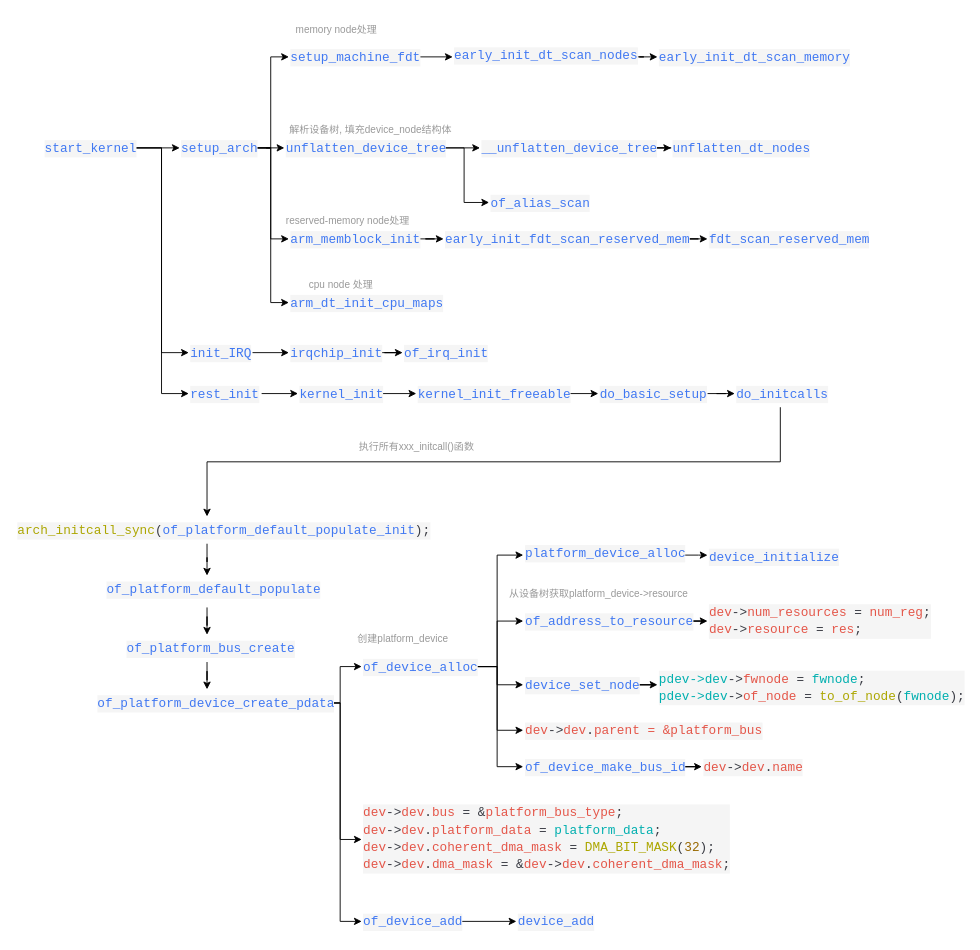
Before: kernel/device_tree.drawio in YC-Xiang/draw.io, a draw.io diagram. Source tidied: cells renumbered, new cells numbered last; positions are measured from the earlier drawing's top-left corner, leaving out a move shared by most shapes. Both pictures are drawn from the tidied source at 91%, with x=0, y=0 at pixel (15, 15).
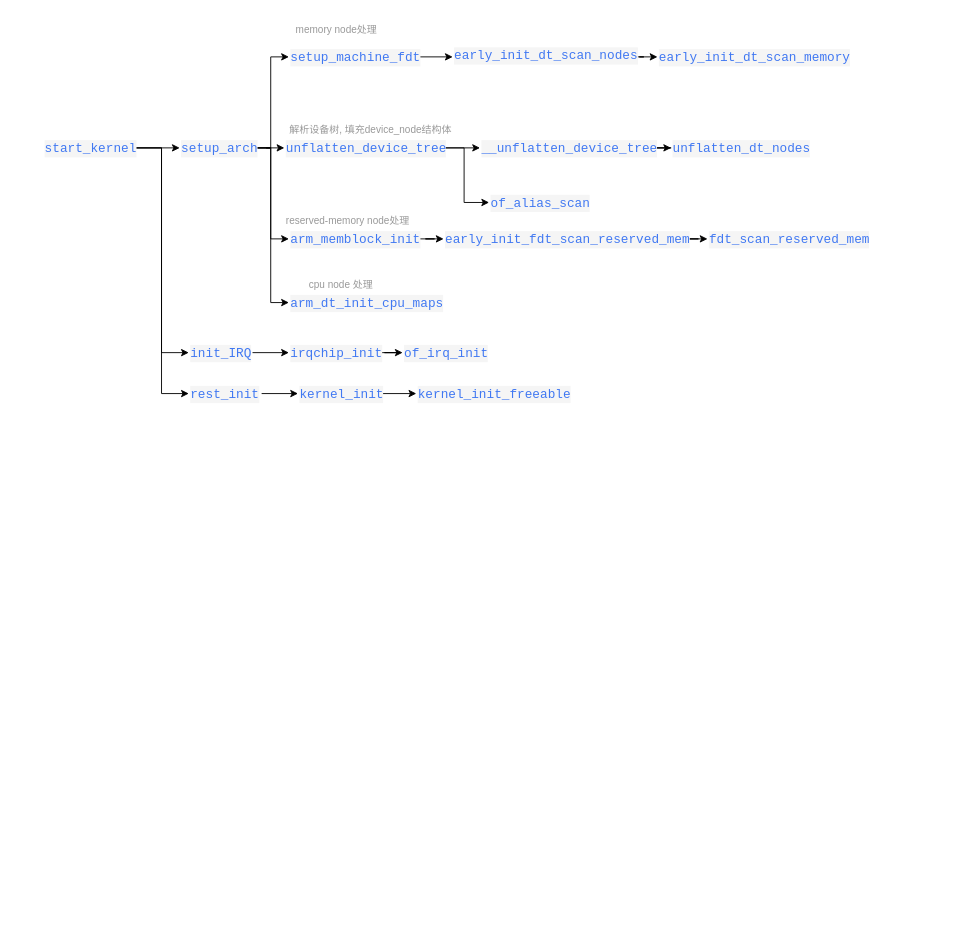
The same diagram, later.

Unchanged cells that the change refers to:
```xml
<mxCell id="25" value="&lt;div style=&quot;color: #383a42;background-color: #f5f5f5;font-family: Consolas, 'Courier New', monospace;font-weight: normal;font-size: 14px;line-height: 19px;white-space: pre;&quot;&gt;&lt;div&gt;&lt;span style=&quot;color: #4078f2;&quot;&gt;kernel_init_freeable&lt;/span&gt;&lt;/div&gt;&lt;/div&gt;" style="text;whiteSpace=wrap;html=1;" parent="1" vertex="1">
  <mxGeometry x="440" y="400" width="160" height="30" as="geometry" />
</mxCell>
```

Change to the diagram source:
```diff
@@
-    <mxCell id="24" style="edgeStyle=orthogonalEdgeStyle;rounded=0;jettySize=auto;html=1;" parent="1" edge="1" source="25" target="27">
-      <mxGeometry relative="1" as="geometry" />
-    </mxCell>
@@
-    <mxCell id="26" style="edgeStyle=orthogonalEdgeStyle;rounded=0;jettySize=auto;html=1;" parent="1" edge="1" source="27" target="29">
-      <mxGeometry relative="1" as="geometry" />
-    </mxCell>
-    <mxCell id="27" value="&lt;div style=&quot;color: #383a42;background-color: #f5f5f5;font-family: Consolas, 'Courier New', monospace;font-weight: normal;font-size: 14px;line-height: 19px;white-space: pre;&quot;&gt;&lt;div&gt;&lt;span style=&quot;color: #4078f2;&quot;&gt;do_basic_setup&lt;/span&gt;&lt;/div&gt;&lt;/div&gt;" style="text;whiteSpace=wrap;html=1;" parent="1" vertex="1">
-      <mxGeometry x="640" y="400" width="120" height="30" as="geometry" />
-    </mxCell>
-    <mxCell id="28" style="edgeStyle=orthogonalEdgeStyle;rounded=0;jettySize=auto;html=1;exitX=0.5;exitY=1;exitDx=0;exitDy=0;entryX=0.5;entryY=0;entryDx=0;entryDy=0;" parent="1" edge="1" source="29" target="31">
-      <mxGeometry relative="1" as="geometry" />
-    </mxCell>
-    <mxCell id="29" value="&lt;div style=&quot;color: #383a42;background-color: #f5f5f5;font-family: Consolas, 'Courier New', monospace;font-weight: normal;font-size: 14px;line-height: 19px;white-space: pre;&quot;&gt;&lt;div&gt;&lt;span style=&quot;color: #4078f2;&quot;&gt;do_initcalls&lt;/span&gt;&lt;/div&gt;&lt;/div&gt;" style="text;whiteSpace=wrap;html=1;" parent="1" vertex="1">
-      <mxGeometry x="790" y="400" width="100" height="30" as="geometry" />
-    </mxCell>
-    <mxCell id="30" style="edgeStyle=orthogonalEdgeStyle;rounded=0;jettySize=auto;html=1;" parent="1" edge="1" source="31" target="34">
-      <mxGeometry relative="1" as="geometry" />
-    </mxCell>
-    <mxCell id="31" value="&lt;div style=&quot;color: rgb(56, 58, 66); background-color: rgb(245, 245, 245); font-family: Consolas, &amp;quot;Courier New&amp;quot;, monospace; font-weight: normal; font-size: 14px; line-height: 19px; white-space: pre;&quot;&gt;&lt;div style=&quot;line-height: 19px;&quot;&gt;&lt;span style=&quot;color: #aca600;&quot;&gt;arch_initcall_sync&lt;/span&gt;(&lt;span style=&quot;color: #4078f2;&quot;&gt;of_platform_default_populate_init&lt;/span&gt;);&lt;/div&gt;&lt;/div&gt;" style="text;whiteSpace=wrap;html=1;" parent="1" vertex="1">
-      <mxGeometry y="550" width="420" height="30" as="geometry" />
-    </mxCell>
-    <mxCell id="32" value="执行所有xxx_initcall()函数" style="text;html=1;align=center;verticalAlign=middle;strokeColor=none;fillColor=none;fontSize=11;fontColor=#999999;" parent="1" vertex="1">
-      <mxGeometry x="365" y="458" width="150" height="30" as="geometry" />
-    </mxCell>
-    <mxCell id="33" style="edgeStyle=orthogonalEdgeStyle;rounded=0;jettySize=auto;html=1;" parent="1" edge="1" source="34" target="36">
-      <mxGeometry relative="1" as="geometry" />
-    </mxCell>
-    <mxCell id="34" value="&lt;div style=&quot;color: #383a42;background-color: #f5f5f5;font-family: Consolas, 'Courier New', monospace;font-weight: normal;font-size: 14px;line-height: 19px;white-space: pre;&quot;&gt;&lt;div&gt;&lt;span style=&quot;color: #4078f2;&quot;&gt;of_platform_default_populate&lt;/span&gt;&lt;/div&gt;&lt;/div&gt;" style="text;whiteSpace=wrap;html=1;" parent="1" vertex="1">
-      <mxGeometry x="97.5" y="615" width="225" height="35" as="geometry" />
-    </mxCell>
-    <mxCell id="35" style="edgeStyle=orthogonalEdgeStyle;rounded=0;jettySize=auto;html=1;" parent="1" edge="1" source="36" target="40">
-      <mxGeometry relative="1" as="geometry" />
-    </mxCell>
-    <mxCell id="36" value="&lt;div style=&quot;color: #383a42;background-color: #f5f5f5;font-family: Consolas, 'Courier New', monospace;font-weight: normal;font-size: 14px;line-height: 19px;white-space: pre;&quot;&gt;&lt;div&gt;&lt;span style=&quot;color: #4078f2;&quot;&gt;of_platform_bus_create&lt;/span&gt;&lt;/div&gt;&lt;/div&gt;" style="text;whiteSpace=wrap;html=1;" parent="1" vertex="1">
-      <mxGeometry x="120" y="680" width="180" height="30" as="geometry" />
-    </mxCell>
-    <mxCell id="37" style="edgeStyle=orthogonalEdgeStyle;rounded=0;jettySize=auto;html=1;exitX=1;exitY=0.5;exitDx=0;exitDy=0;entryX=0;entryY=0.5;entryDx=0;entryDy=0;" parent="1" edge="1" source="40" target="49">
-      <mxGeometry relative="1" as="geometry" />
-    </mxCell>
-    <mxCell id="38" style="edgeStyle=orthogonalEdgeStyle;rounded=0;jettySize=auto;html=1;exitX=1;exitY=0.5;exitDx=0;exitDy=0;entryX=0;entryY=0.5;entryDx=0;entryDy=0;" parent="1" edge="1" source="40" target="42">
-      <mxGeometry relative="1" as="geometry" />
-    </mxCell>
-    <mxCell id="39" style="edgeStyle=orthogonalEdgeStyle;rounded=0;jettySize=auto;html=1;exitX=1;exitY=0.5;exitDx=0;exitDy=0;entryX=0;entryY=0.5;entryDx=0;entryDy=0;" parent="1" edge="1" source="40" target="62">
-      <mxGeometry relative="1" as="geometry" />
-    </mxCell>
-    <mxCell id="40" value="&lt;div style=&quot;color: #383a42;background-color: #f5f5f5;font-family: Consolas, 'Courier New', monospace;font-weight: normal;font-size: 14px;line-height: 19px;white-space: pre;&quot;&gt;&lt;div&gt;&lt;span style=&quot;color: #4078f2;&quot;&gt;of_platform_device_create_pdata&lt;/span&gt;&lt;/div&gt;&lt;/div&gt;" style="text;whiteSpace=wrap;html=1;" parent="1" vertex="1">
-      <mxGeometry x="87.5" y="740" width="245" height="30" as="geometry" />
-    </mxCell>
-    <mxCell id="41" style="edgeStyle=orthogonalEdgeStyle;rounded=0;jettySize=auto;html=1;" parent="1" edge="1" source="42" target="43">
-      <mxGeometry relative="1" as="geometry" />
-    </mxCell>
-    <mxCell id="42" value="&lt;div style=&quot;color: #383a42;background-color: #f5f5f5;font-family: Consolas, 'Courier New', monospace;font-weight: normal;font-size: 14px;line-height: 19px;white-space: pre;&quot;&gt;&lt;div&gt;&lt;span style=&quot;color: #4078f2;&quot;&gt;of_device_add&lt;/span&gt;&lt;/div&gt;&lt;/div&gt;" style="text;whiteSpace=wrap;html=1;" parent="1" vertex="1">
-      <mxGeometry x="380" y="980" width="110" height="30" as="geometry" />
-    </mxCell>
-    <mxCell id="43" value="&lt;div style=&quot;color: #383a42;background-color: #f5f5f5;font-family: Consolas, 'Courier New', monospace;font-weight: normal;font-size: 14px;line-height: 19px;white-space: pre;&quot;&gt;&lt;div&gt;&lt;span style=&quot;color: #4078f2;&quot;&gt;device_add&lt;/span&gt;&lt;/div&gt;&lt;/div&gt;" style="text;whiteSpace=wrap;html=1;" parent="1" vertex="1">
-      <mxGeometry x="550" y="980" width="80" height="30" as="geometry" />
-    </mxCell>
-    <mxCell id="44" style="edgeStyle=orthogonalEdgeStyle;rounded=0;jettySize=auto;html=1;exitX=1;exitY=0.5;exitDx=0;exitDy=0;entryX=0;entryY=0.5;entryDx=0;entryDy=0;" parent="1" edge="1" source="49" target="55">
-      <mxGeometry relative="1" as="geometry" />
-    </mxCell>
-    <mxCell id="45" style="edgeStyle=orthogonalEdgeStyle;rounded=0;jettySize=auto;html=1;exitX=1;exitY=0.5;exitDx=0;exitDy=0;entryX=0;entryY=0.5;entryDx=0;entryDy=0;" parent="1" edge="1" source="49" target="52">
-      <mxGeometry relative="1" as="geometry" />
-    </mxCell>
-    <mxCell id="46" style="edgeStyle=orthogonalEdgeStyle;rounded=0;jettySize=auto;html=1;exitX=1;exitY=0.5;exitDx=0;exitDy=0;entryX=0;entryY=0.5;entryDx=0;entryDy=0;" parent="1" edge="1" source="49" target="58">
-      <mxGeometry relative="1" as="geometry" />
-    </mxCell>
-    <mxCell id="47" style="edgeStyle=orthogonalEdgeStyle;rounded=0;jettySize=auto;html=1;exitX=1;exitY=0.5;exitDx=0;exitDy=0;entryX=0;entryY=0.5;entryDx=0;entryDy=0;" parent="1" edge="1" source="49" target="60">
-      <mxGeometry relative="1" as="geometry" />
-    </mxCell>
-    <mxCell id="48" style="edgeStyle=orthogonalEdgeStyle;rounded=0;jettySize=auto;html=1;exitX=1;exitY=0.5;exitDx=0;exitDy=0;entryX=0;entryY=0.5;entryDx=0;entryDy=0;" parent="1" edge="1" source="49" target="82">
-      <mxGeometry relative="1" as="geometry" />
-    </mxCell>
-    <mxCell id="49" value="&lt;div style=&quot;color: #383a42;background-color: #f5f5f5;font-family: Consolas, 'Courier New', monospace;font-weight: normal;font-size: 14px;line-height: 19px;white-space: pre;&quot;&gt;&lt;div&gt;&lt;span style=&quot;color: #4078f2;&quot;&gt;of_device_alloc&lt;/span&gt;&lt;/div&gt;&lt;/div&gt;" style="text;whiteSpace=wrap;html=1;" parent="1" vertex="1">
-      <mxGeometry x="380" y="700" width="120" height="30" as="geometry" />
-    </mxCell>
-    <mxCell id="50" value="创建platform_device" style="text;html=1;align=center;verticalAlign=middle;strokeColor=none;fillColor=none;fontSize=11;fontColor=#999999;" parent="1" vertex="1">
-      <mxGeometry x="365" y="670" width="120" height="30" as="geometry" />
-    </mxCell>
-    <mxCell id="51" style="edgeStyle=orthogonalEdgeStyle;rounded=0;jettySize=auto;html=1;" parent="1" edge="1" source="52" target="57">
-      <mxGeometry relative="1" as="geometry" />
-    </mxCell>
-    <mxCell id="52" value="&lt;div style=&quot;color: #383a42;background-color: #f5f5f5;font-family: Consolas, 'Courier New', monospace;font-weight: normal;font-size: 14px;line-height: 19px;white-space: pre;&quot;&gt;&lt;div&gt;&lt;span style=&quot;color: #4078f2;&quot;&gt;of_address_to_resource&lt;/span&gt;&lt;/div&gt;&lt;/div&gt;" style="text;whiteSpace=wrap;html=1;" parent="1" vertex="1">
-      <mxGeometry x="557.5" y="650" width="180" height="30" as="geometry" />
-    </mxCell>
-    <mxCell id="53" value="从设备树获取platform_device-&amp;gt;resource" style="text;html=1;align=center;verticalAlign=middle;strokeColor=none;fillColor=none;fontSize=11;fontColor=#999999;" parent="1" vertex="1">
-      <mxGeometry x="530" y="620" width="220" height="30" as="geometry" />
-    </mxCell>
-    <mxCell id="54" style="edgeStyle=orthogonalEdgeStyle;rounded=0;jettySize=auto;html=1;" parent="1" edge="1" source="55" target="56">
-      <mxGeometry relative="1" as="geometry" />
-    </mxCell>
-    <mxCell id="55" value="&lt;div style=&quot;color: #383a42;background-color: #f5f5f5;font-family: Consolas, 'Courier New', monospace;font-weight: normal;font-size: 14px;line-height: 19px;white-space: pre;&quot;&gt;&lt;div&gt;&lt;span style=&quot;color: #4078f2;&quot;&gt;device_set_node&lt;/span&gt;&lt;/div&gt;&lt;/div&gt;" style="text;whiteSpace=wrap;html=1;" parent="1" vertex="1">
-      <mxGeometry x="557.5" y="720" width="125" height="30" as="geometry" />
-    </mxCell>
-    <mxCell id="56" value="&lt;div style=&quot;color: rgb(56, 58, 66); background-color: rgb(245, 245, 245); font-family: Consolas, &amp;quot;Courier New&amp;quot;, monospace; font-weight: normal; font-size: 14px; line-height: 19px; white-space: pre;&quot;&gt;&lt;div&gt;&lt;span style=&quot;color: rgb(0, 175, 175);&quot;&gt;pdev-&amp;gt;dev&lt;/span&gt;&lt;span style=&quot;color: rgb(56, 58, 66);&quot;&gt;-&amp;gt;&lt;/span&gt;&lt;span style=&quot;color: rgb(228, 86, 73);&quot;&gt;fwnode&lt;/span&gt;&lt;span style=&quot;color: rgb(56, 58, 66);&quot;&gt; &lt;/span&gt;&lt;span style=&quot;color: rgb(56, 58, 66);&quot;&gt;=&lt;/span&gt;&lt;span style=&quot;color: rgb(56, 58, 66);&quot;&gt; &lt;/span&gt;&lt;span style=&quot;color: rgb(0, 175, 175);&quot;&gt;fwnode&lt;/span&gt;&lt;span style=&quot;color: rgb(56, 58, 66);&quot;&gt;;&lt;/span&gt;&lt;/div&gt;&lt;div&gt;&lt;span style=&quot;color: rgb(0, 175, 175);&quot;&gt;pdev-&amp;gt;dev&lt;/span&gt;&lt;span style=&quot;color: rgb(56, 58, 66);&quot;&gt;-&amp;gt;&lt;/span&gt;&lt;span style=&quot;color: rgb(228, 86, 73);&quot;&gt;of_node&lt;/span&gt;&lt;span style=&quot;color: rgb(56, 58, 66);&quot;&gt; &lt;/span&gt;&lt;span style=&quot;color: rgb(56, 58, 66);&quot;&gt;=&lt;/span&gt;&lt;span style=&quot;color: rgb(56, 58, 66);&quot;&gt; &lt;/span&gt;&lt;span style=&quot;color: rgb(172, 166, 0);&quot;&gt;to_of_node&lt;/span&gt;&lt;span style=&quot;color: rgb(56, 58, 66);&quot;&gt;(&lt;/span&gt;&lt;span style=&quot;color: rgb(0, 175, 175);&quot;&gt;fwnode&lt;/span&gt;&lt;span style=&quot;color: rgb(56, 58, 66);&quot;&gt;);&lt;/span&gt;&lt;/div&gt;&lt;/div&gt;" style="text;whiteSpace=wrap;html=1;" parent="1" vertex="1">
-      <mxGeometry x="705" y="712.5" width="315" height="45" as="geometry" />
-    </mxCell>
-    <mxCell id="57" value="&lt;div style=&quot;color: rgb(56, 58, 66); background-color: rgb(245, 245, 245); font-family: Consolas, &amp;quot;Courier New&amp;quot;, monospace; font-weight: normal; font-size: 14px; line-height: 19px; white-space: pre;&quot;&gt;&lt;div&gt;&lt;span style=&quot;color: rgb(228, 86, 73);&quot;&gt;dev&lt;/span&gt;&lt;span style=&quot;color: rgb(56, 58, 66);&quot;&gt;-&amp;gt;&lt;/span&gt;&lt;span style=&quot;color: rgb(228, 86, 73);&quot;&gt;num_resources&lt;/span&gt;&lt;span style=&quot;color: rgb(56, 58, 66);&quot;&gt; &lt;/span&gt;&lt;span style=&quot;color: rgb(56, 58, 66);&quot;&gt;=&lt;/span&gt;&lt;span style=&quot;color: rgb(56, 58, 66);&quot;&gt; &lt;/span&gt;&lt;span style=&quot;color: rgb(228, 86, 73);&quot;&gt;num_reg&lt;/span&gt;&lt;span style=&quot;color: rgb(56, 58, 66);&quot;&gt;;&lt;/span&gt;&lt;/div&gt;&lt;div&gt;&lt;span style=&quot;color: rgb(228, 86, 73);&quot;&gt;dev&lt;/span&gt;&lt;span style=&quot;color: rgb(56, 58, 66);&quot;&gt;-&amp;gt;&lt;/span&gt;&lt;span style=&quot;color: rgb(228, 86, 73);&quot;&gt;resource&lt;/span&gt;&lt;span style=&quot;color: rgb(56, 58, 66);&quot;&gt; &lt;/span&gt;&lt;span style=&quot;color: rgb(56, 58, 66);&quot;&gt;=&lt;/span&gt;&lt;span style=&quot;color: rgb(56, 58, 66);&quot;&gt; &lt;/span&gt;&lt;span style=&quot;color: rgb(228, 86, 73);&quot;&gt;res&lt;/span&gt;&lt;span style=&quot;color: rgb(56, 58, 66);&quot;&gt;;&lt;/span&gt;&lt;/div&gt;&lt;/div&gt;" style="text;whiteSpace=wrap;html=1;" parent="1" vertex="1">
-      <mxGeometry x="760" y="640" width="230" height="50" as="geometry" />
-    </mxCell>
-    <mxCell id="58" value="&lt;div style=&quot;color: rgb(56, 58, 66); background-color: rgb(245, 245, 245); font-family: Consolas, &amp;quot;Courier New&amp;quot;, monospace; font-weight: normal; font-size: 14px; line-height: 19px; white-space: pre;&quot;&gt;&lt;div&gt;&lt;span style=&quot;color: rgb(228, 86, 73);&quot;&gt;dev&lt;/span&gt;&lt;span style=&quot;color: rgb(56, 58, 66);&quot;&gt;-&amp;gt;&lt;/span&gt;&lt;span style=&quot;color: rgb(228, 86, 73);&quot;&gt;dev&lt;/span&gt;&lt;span style=&quot;color: rgb(56, 58, 66);&quot;&gt;.&lt;/span&gt;&lt;span style=&quot;color: rgb(228, 86, 73);&quot;&gt;parent = &amp;amp;platform_bus&lt;/span&gt;&lt;/div&gt;&lt;/div&gt;" style="text;whiteSpace=wrap;html=1;" parent="1" vertex="1">
-      <mxGeometry x="557.5" y="770" width="242.5" height="30" as="geometry" />
-    </mxCell>
-    <mxCell id="59" style="edgeStyle=orthogonalEdgeStyle;rounded=0;jettySize=auto;html=1;" parent="1" edge="1" source="60" target="61">
-      <mxGeometry relative="1" as="geometry" />
-    </mxCell>
-    <mxCell id="60" value="&lt;div style=&quot;color: rgb(56, 58, 66); background-color: rgb(245, 245, 245); font-family: Consolas, &amp;quot;Courier New&amp;quot;, monospace; font-weight: normal; font-size: 14px; line-height: 19px; white-space: pre;&quot;&gt;&lt;div&gt;&lt;span style=&quot;color: rgb(64, 120, 242);&quot;&gt;of_device_make_bus_id&lt;/span&gt;&lt;/div&gt;&lt;/div&gt;" style="text;whiteSpace=wrap;html=1;" parent="1" vertex="1">
-      <mxGeometry x="557.5" y="810" width="170" height="30" as="geometry" />
-    </mxCell>
-    <mxCell id="61" value="&lt;div style=&quot;background-color: rgb(245, 245, 245); font-family: Consolas, &amp;quot;Courier New&amp;quot;, monospace; font-weight: normal; font-size: 14px; line-height: 19px; white-space: pre; color: rgb(56, 58, 66);&quot;&gt;&lt;div style=&quot;&quot;&gt;&lt;span style=&quot;color: rgb(228, 86, 73);&quot;&gt;dev&lt;/span&gt;&lt;span style=&quot;color: rgb(56, 58, 66);&quot;&gt;-&amp;gt;&lt;/span&gt;&lt;span style=&quot;color: rgb(228, 86, 73);&quot;&gt;dev&lt;/span&gt;&lt;span style=&quot;color: rgb(56, 58, 66);&quot;&gt;.&lt;/span&gt;&lt;span style=&quot;color: rgb(56, 58, 66);&quot;&gt;&lt;font color=&quot;#e45649&quot;&gt;name&lt;/font&gt;&lt;/span&gt;&lt;/div&gt;&lt;/div&gt;" style="text;whiteSpace=wrap;html=1;" parent="1" vertex="1">
-      <mxGeometry x="753.8" y="810" width="106.2" height="30" as="geometry" />
-    </mxCell>
-    <mxCell id="62" value="&lt;div style=&quot;color: rgb(56, 58, 66); background-color: rgb(245, 245, 245); font-family: Consolas, &amp;quot;Courier New&amp;quot;, monospace; font-weight: normal; font-size: 14px; line-height: 19px; white-space: pre;&quot;&gt;&lt;div&gt;&lt;span style=&quot;color: rgb(228, 86, 73);&quot;&gt;dev&lt;/span&gt;&lt;span style=&quot;color: rgb(56, 58, 66);&quot;&gt;-&amp;gt;&lt;/span&gt;&lt;span style=&quot;color: rgb(228, 86, 73);&quot;&gt;dev&lt;/span&gt;&lt;span style=&quot;color: rgb(56, 58, 66);&quot;&gt;.&lt;/span&gt;&lt;span style=&quot;color: rgb(228, 86, 73);&quot;&gt;bus&lt;/span&gt;&lt;span style=&quot;color: rgb(56, 58, 66);&quot;&gt; &lt;/span&gt;&lt;span style=&quot;color: rgb(56, 58, 66);&quot;&gt;=&lt;/span&gt;&lt;span style=&quot;color: rgb(56, 58, 66);&quot;&gt; &lt;/span&gt;&lt;span style=&quot;color: rgb(56, 58, 66);&quot;&gt;&amp;amp;&lt;/span&gt;&lt;span style=&quot;color: rgb(228, 86, 73);&quot;&gt;platform_bus_type&lt;/span&gt;&lt;span style=&quot;color: rgb(56, 58, 66);&quot;&gt;;&lt;/span&gt;&lt;/div&gt;&lt;div&gt;&lt;span style=&quot;color: rgb(228, 86, 73);&quot;&gt;dev&lt;/span&gt;&lt;span style=&quot;color: rgb(56, 58, 66);&quot;&gt;-&amp;gt;&lt;/span&gt;&lt;span style=&quot;color: rgb(228, 86, 73);&quot;&gt;dev&lt;/span&gt;&lt;span style=&quot;color: rgb(56, 58, 66);&quot;&gt;.&lt;/span&gt;&lt;span style=&quot;color: rgb(228, 86, 73);&quot;&gt;platform_data&lt;/span&gt;&lt;span style=&quot;color: rgb(56, 58, 66);&quot;&gt; &lt;/span&gt;&lt;span style=&quot;color: rgb(56, 58, 66);&quot;&gt;=&lt;/span&gt;&lt;span style=&quot;color: rgb(56, 58, 66);&quot;&gt; &lt;/span&gt;&lt;span style=&quot;color: rgb(0, 175, 175);&quot;&gt;platform_data&lt;/span&gt;&lt;span style=&quot;color: rgb(56, 58, 66);&quot;&gt;;&lt;/span&gt;&lt;/div&gt;&lt;div&gt;&lt;span style=&quot;color: rgb(56, 58, 66);&quot;&gt;&lt;div style=&quot;line-height: 19px;&quot;&gt;&lt;span style=&quot;color: rgb(228, 86, 73);&quot;&gt;dev&lt;/span&gt;-&amp;gt;&lt;span style=&quot;color: rgb(228, 86, 73);&quot;&gt;dev&lt;/span&gt;.&lt;span style=&quot;color: rgb(228, 86, 73);&quot;&gt;coherent_dma_mask&lt;/span&gt; = &lt;span style=&quot;color: rgb(172, 166, 0);&quot;&gt;DMA_BIT_MASK&lt;/span&gt;(&lt;span style=&quot;color: rgb(152, 104, 1);&quot;&gt;32&lt;/span&gt;);&lt;/div&gt;&lt;div style=&quot;line-height: 19px;&quot;&gt;&lt;div style=&quot;line-height: 19px;&quot;&gt;&lt;span style=&quot;color: #e45649;&quot;&gt;dev&lt;/span&gt;-&amp;gt;&lt;span style=&quot;color: #e45649;&quot;&gt;dev&lt;/span&gt;.&lt;span style=&quot;color: #e45649;&quot;&gt;dma_mask&lt;/span&gt; = &amp;amp;&lt;span style=&quot;color: #e45649;&quot;&gt;dev&lt;/span&gt;-&amp;gt;&lt;span style=&quot;color: #e45649;&quot;&gt;dev&lt;/span&gt;.&lt;span style=&quot;color: #e45649;&quot;&gt;coherent_dma_mask&lt;/span&gt;;&lt;/div&gt;&lt;/div&gt;&lt;/span&gt;&lt;/div&gt;&lt;/div&gt;" style="text;whiteSpace=wrap;html=1;" parent="1" vertex="1">
-      <mxGeometry x="380" y="860" width="400" height="90" as="geometry" />
-    </mxCell>
@@
-    <mxCell id="81" style="edgeStyle=orthogonalEdgeStyle;rounded=0;jettySize=auto;html=1;" parent="1" edge="1" source="82" target="83">
-      <mxGeometry relative="1" as="geometry" />
-    </mxCell>
-    <mxCell id="82" value="&lt;div style=&quot;color: #383a42;background-color: #f5f5f5;font-family: Consolas, 'Courier New', monospace;font-weight: normal;font-size: 14px;line-height: 19px;white-space: pre;&quot;&gt;&lt;div&gt;&lt;span style=&quot;color: #4078f2;&quot;&gt;platform_device_alloc&lt;/span&gt;&lt;/div&gt;&lt;/div&gt;" style="text;whiteSpace=wrap;html=1;" parent="1" vertex="1">
-      <mxGeometry x="557.5" y="575" width="172.5" height="35" as="geometry" />
-    </mxCell>
-    <mxCell id="83" value="&lt;div style=&quot;color: #383a42;background-color: #f5f5f5;font-family: Consolas, 'Courier New', monospace;font-weight: normal;font-size: 14px;line-height: 19px;white-space: pre;&quot;&gt;&lt;div&gt;&lt;span style=&quot;color: #4078f2;&quot;&gt;device_initialize&lt;/span&gt;&lt;/div&gt;&lt;/div&gt;" style="text;whiteSpace=wrap;html=1;" parent="1" vertex="1">
-      <mxGeometry x="760" y="578.8" width="140" height="27.5" as="geometry" />
-    </mxCell>
```
